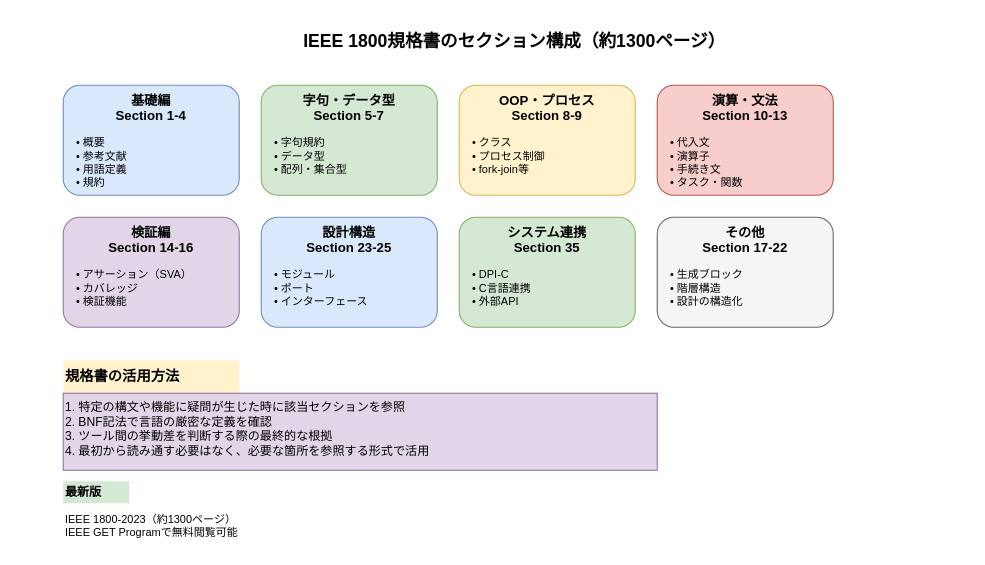
aquaxis/webdoc keeps this draw.io diagram as images/systemverilog-guidebook/ch02_ieee1800_structure.drawio. Above is the earlier version. Source tidied: cells renumbered, new cells numbered last; positions are measured from the earlier drawing's top-left corner, leaving out a move shared by most shapes. Both pictures are drawn from the tidied source at 110%, with x=0, y=0 at pixel (63, 19).
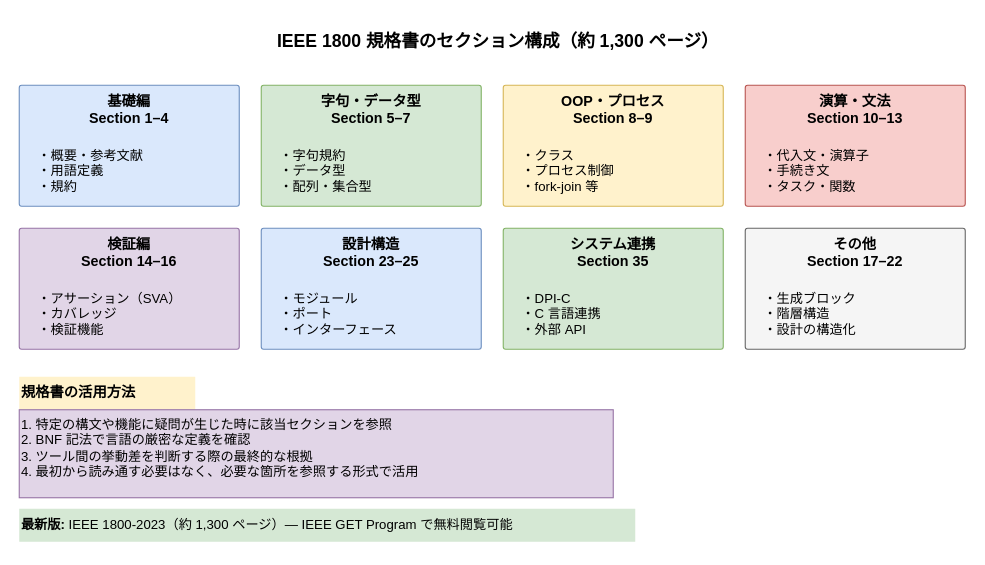
After the change.

Change to the diagram source:
```diff
@@
-    <mxCell id="2" value="&lt;b&gt;IEEE 1800規格書のセクション構成（約1300ページ）&lt;/b&gt;" style="text;html=1;align=center;verticalAlign=middle;strokeColor=none;fillColor=none;fontSize=16;" parent="1" vertex="1">
-      <mxGeometry x="200" width="420" height="40" as="geometry" />
+    <mxCell id="2" value="&lt;b&gt;IEEE 1800 規格書のセクション構成（約 1,300 ページ）&lt;/b&gt;" style="text;html=1;align=center;verticalAlign=middle;strokeColor=none;fillColor=none;fontSize=16;" parent="1" vertex="1">
+      <mxGeometry x="170" width="450" height="40" as="geometry" />
     </mxCell>
-    <mxCell id="3" value="&lt;b&gt;基礎編&lt;br&gt;Section 1-4&lt;/b&gt;" style="rounded=1;whiteSpace=wrap;html=1;fillColor=#dae8fc;strokeColor=#6c8ebf;fontSize=12;verticalAlign=top;" parent="1" vertex="1">
-      <mxGeometry y="60" width="160" height="100" as="geometry" />
+    <mxCell id="3" value="&lt;b&gt;基礎編&lt;br&gt;Section 1–4&lt;/b&gt;" style="rounded=1;arcSize=2;whiteSpace=wrap;html=1;fillColor=#dae8fc;strokeColor=#6c8ebf;fontSize=13;verticalAlign=top;" parent="1" vertex="1">
+      <mxGeometry x="-40" y="60" width="200" height="110" as="geometry" />
     </mxCell>
-    <mxCell id="4" value="• 概要&lt;br&gt;• 参考文献&lt;br&gt;• 用語定義&lt;br&gt;• 規約" style="text;html=1;align=left;verticalAlign=top;strokeColor=none;fillColor=none;fontSize=10;" parent="1" vertex="1">
-      <mxGeometry x="10" y="100" width="120" height="60" as="geometry" />
+    <mxCell id="4" value="・概要・参考文献&lt;br&gt;・用語定義&lt;br&gt;・規約" style="text;html=1;align=left;verticalAlign=top;strokeColor=none;fillColor=none;fontSize=12;" parent="1" vertex="1">
+      <mxGeometry x="-25" y="110" width="140" height="55" as="geometry" />
     </mxCell>
-    <mxCell id="5" value="&lt;b&gt;字句・データ型&lt;br&gt;Section 5-7&lt;/b&gt;" style="rounded=1;whiteSpace=wrap;html=1;fillColor=#d5e8d4;strokeColor=#82b366;fontSize=12;verticalAlign=top;" parent="1" vertex="1">
-      <mxGeometry x="180" y="60" width="160" height="100" as="geometry" />
+    <mxCell id="5" value="&lt;b&gt;字句・データ型&lt;br&gt;Section 5–7&lt;/b&gt;" style="rounded=1;arcSize=2;whiteSpace=wrap;html=1;fillColor=#d5e8d4;strokeColor=#82b366;fontSize=13;verticalAlign=top;" parent="1" vertex="1">
+      <mxGeometry x="180" y="60" width="200" height="110" as="geometry" />
     </mxCell>
-    <mxCell id="6" value="• 字句規約&lt;br&gt;• データ型&lt;br&gt;• 配列・集合型" style="text;html=1;align=left;verticalAlign=top;strokeColor=none;fillColor=none;fontSize=10;" parent="1" vertex="1">
-      <mxGeometry x="190" y="100" width="120" height="60" as="geometry" />
+    <mxCell id="6" value="・字句規約&lt;br&gt;・データ型&lt;br&gt;・配列・集合型" style="text;html=1;align=left;verticalAlign=top;strokeColor=none;fillColor=none;fontSize=12;" parent="1" vertex="1">
+      <mxGeometry x="195" y="110" width="140" height="55" as="geometry" />
     </mxCell>
-    <mxCell id="7" value="&lt;b&gt;OOP・プロセス&lt;br&gt;Section 8-9&lt;/b&gt;" style="rounded=1;whiteSpace=wrap;html=1;fillColor=#fff2cc;strokeColor=#d6b656;fontSize=12;verticalAlign=top;" parent="1" vertex="1">
-      <mxGeometry x="360" y="60" width="160" height="100" as="geometry" />
+    <mxCell id="7" value="&lt;b&gt;OOP・プロセス&lt;br&gt;Section 8–9&lt;/b&gt;" style="rounded=1;arcSize=2;whiteSpace=wrap;html=1;fillColor=#fff2cc;strokeColor=#d6b656;fontSize=13;verticalAlign=top;" parent="1" vertex="1">
+      <mxGeometry x="400" y="60" width="200" height="110" as="geometry" />
     </mxCell>
-    <mxCell id="8" value="• クラス&lt;br&gt;• プロセス制御&lt;br&gt;• fork-join等" style="text;html=1;align=left;verticalAlign=top;strokeColor=none;fillColor=none;fontSize=10;" parent="1" vertex="1">
-      <mxGeometry x="370" y="100" width="120" height="60" as="geometry" />
+    <mxCell id="8" value="・クラス&lt;br&gt;・プロセス制御&lt;br&gt;・fork-join 等" style="text;html=1;align=left;verticalAlign=top;strokeColor=none;fillColor=none;fontSize=12;" parent="1" vertex="1">
+      <mxGeometry x="415" y="110" width="140" height="55" as="geometry" />
     </mxCell>
-    <mxCell id="9" value="&lt;b&gt;演算・文法&lt;br&gt;Section 10-13&lt;/b&gt;" style="rounded=1;whiteSpace=wrap;html=1;fillColor=#f8cecc;strokeColor=#b85450;fontSize=12;verticalAlign=top;" parent="1" vertex="1">
-      <mxGeometry x="540" y="60" width="160" height="100" as="geometry" />
+    <mxCell id="9" value="&lt;b&gt;演算・文法&lt;br&gt;Section 10–13&lt;/b&gt;" style="rounded=1;arcSize=2;whiteSpace=wrap;html=1;fillColor=#f8cecc;strokeColor=#b85450;fontSize=13;verticalAlign=top;" parent="1" vertex="1">
+      <mxGeometry x="620" y="60" width="200" height="110" as="geometry" />
     </mxCell>
-    <mxCell id="10" value="• 代入文&lt;br&gt;• 演算子&lt;br&gt;• 手続き文&lt;br&gt;• タスク・関数" style="text;html=1;align=left;verticalAlign=top;strokeColor=none;fillColor=none;fontSize=10;" parent="1" vertex="1">
-      <mxGeometry x="550" y="100" width="120" height="60" as="geometry" />
+    <mxCell id="10" value="・代入文・演算子&lt;br&gt;・手続き文&lt;br&gt;・タスク・関数" style="text;html=1;align=left;verticalAlign=top;strokeColor=none;fillColor=none;fontSize=12;" parent="1" vertex="1">
+      <mxGeometry x="635" y="110" width="150" height="55" as="geometry" />
     </mxCell>
-    <mxCell id="11" value="&lt;b&gt;検証編&lt;br&gt;Section 14-16&lt;/b&gt;" style="rounded=1;whiteSpace=wrap;html=1;fillColor=#e1d5e7;strokeColor=#9673a6;fontSize=12;verticalAlign=top;" parent="1" vertex="1">
-      <mxGeometry y="180" width="160" height="100" as="geometry" />
+    <mxCell id="11" value="&lt;b&gt;検証編&lt;br&gt;Section 14–16&lt;/b&gt;" style="rounded=1;arcSize=2;whiteSpace=wrap;html=1;fillColor=#e1d5e7;strokeColor=#9673a6;fontSize=13;verticalAlign=top;" parent="1" vertex="1">
+      <mxGeometry x="-40" y="190" width="200" height="110" as="geometry" />
     </mxCell>
-    <mxCell id="12" value="• アサーション（SVA）&lt;br&gt;• カバレッジ&lt;br&gt;• 検証機能" style="text;html=1;align=left;verticalAlign=top;strokeColor=none;fillColor=none;fontSize=10;" parent="1" vertex="1">
-      <mxGeometry x="10" y="220" width="140" height="60" as="geometry" />
+    <mxCell id="12" value="・アサーション（SVA）&lt;br&gt;・カバレッジ&lt;br&gt;・検証機能" style="text;html=1;align=left;verticalAlign=top;strokeColor=none;fillColor=none;fontSize=12;" parent="1" vertex="1">
+      <mxGeometry x="-25" y="240" width="170" height="55" as="geometry" />
     </mxCell>
-    <mxCell id="13" value="&lt;b&gt;設計構造&lt;br&gt;Section 23-25&lt;/b&gt;" style="rounded=1;whiteSpace=wrap;html=1;fillColor=#dae8fc;strokeColor=#6c8ebf;fontSize=12;verticalAlign=top;" parent="1" vertex="1">
-      <mxGeometry x="180" y="180" width="160" height="100" as="geometry" />
+    <mxCell id="13" value="&lt;b&gt;設計構造&lt;br&gt;Section 23–25&lt;/b&gt;" style="rounded=1;arcSize=2;whiteSpace=wrap;html=1;fillColor=#dae8fc;strokeColor=#6c8ebf;fontSize=13;verticalAlign=top;" parent="1" vertex="1">
+      <mxGeometry x="180" y="190" width="200" height="110" as="geometry" />
     </mxCell>
-    <mxCell id="14" value="• モジュール&lt;br&gt;• ポート&lt;br&gt;• インターフェース" style="text;html=1;align=left;verticalAlign=top;strokeColor=none;fillColor=none;fontSize=10;" parent="1" vertex="1">
-      <mxGeometry x="190" y="220" width="130" height="60" as="geometry" />
+    <mxCell id="14" value="・モジュール&lt;br&gt;・ポート&lt;br&gt;・インターフェース" style="text;html=1;align=left;verticalAlign=top;strokeColor=none;fillColor=none;fontSize=12;" parent="1" vertex="1">
+      <mxGeometry x="195" y="240" width="160" height="55" as="geometry" />
     </mxCell>
-    <mxCell id="15" value="&lt;b&gt;システム連携&lt;br&gt;Section 35&lt;/b&gt;" style="rounded=1;whiteSpace=wrap;html=1;fillColor=#d5e8d4;strokeColor=#82b366;fontSize=12;verticalAlign=top;" parent="1" vertex="1">
-      <mxGeometry x="360" y="180" width="160" height="100" as="geometry" />
+    <mxCell id="15" value="&lt;b&gt;システム連携&lt;br&gt;Section 35&lt;/b&gt;" style="rounded=1;arcSize=2;whiteSpace=wrap;html=1;fillColor=#d5e8d4;strokeColor=#82b366;fontSize=13;verticalAlign=top;" parent="1" vertex="1">
+      <mxGeometry x="400" y="190" width="200" height="110" as="geometry" />
     </mxCell>
-    <mxCell id="16" value="• DPI-C&lt;br&gt;• C言語連携&lt;br&gt;• 外部API" style="text;html=1;align=left;verticalAlign=top;strokeColor=none;fillColor=none;fontSize=10;" parent="1" vertex="1">
-      <mxGeometry x="370" y="220" width="120" height="60" as="geometry" />
+    <mxCell id="16" value="・DPI-C&lt;br&gt;・C 言語連携&lt;br&gt;・外部 API" style="text;html=1;align=left;verticalAlign=top;strokeColor=none;fillColor=none;fontSize=12;" parent="1" vertex="1">
+      <mxGeometry x="415" y="240" width="140" height="55" as="geometry" />
     </mxCell>
-    <mxCell id="17" value="&lt;b&gt;その他&lt;br&gt;Section 17-22&lt;/b&gt;" style="rounded=1;whiteSpace=wrap;html=1;fillColor=#f5f5f5;strokeColor=#666666;fontSize=12;verticalAlign=top;" parent="1" vertex="1">
-      <mxGeometry x="540" y="180" width="160" height="100" as="geometry" />
+    <mxCell id="17" value="&lt;b&gt;その他&lt;br&gt;Section 17–22&lt;/b&gt;" style="rounded=1;arcSize=2;whiteSpace=wrap;html=1;fillColor=#f5f5f5;strokeColor=#666666;fontSize=13;verticalAlign=top;" parent="1" vertex="1">
+      <mxGeometry x="620" y="190" width="200" height="110" as="geometry" />
     </mxCell>
-    <mxCell id="18" value="• 生成ブロック&lt;br&gt;• 階層構造&lt;br&gt;• 設計の構造化" style="text;html=1;align=left;verticalAlign=top;strokeColor=none;fillColor=none;fontSize=10;" parent="1" vertex="1">
-      <mxGeometry x="550" y="220" width="130" height="60" as="geometry" />
+    <mxCell id="18" value="・生成ブロック&lt;br&gt;・階層構造&lt;br&gt;・設計の構造化" style="text;html=1;align=left;verticalAlign=top;strokeColor=none;fillColor=none;fontSize=12;" parent="1" vertex="1">
+      <mxGeometry x="635" y="240" width="150" height="55" as="geometry" />
     </mxCell>
     <mxCell id="19" value="&lt;b&gt;規格書の活用方法&lt;/b&gt;" style="text;html=1;align=left;verticalAlign=top;strokeColor=none;fillColor=#fff2cc;fontSize=13;fontStyle=1;" parent="1" vertex="1">
-      <mxGeometry y="310" width="160" height="30" as="geometry" />
+      <mxGeometry x="-40" y="325" width="160" height="30" as="geometry" />
     </mxCell>
-    <mxCell id="20" value="1. 特定の構文や機能に疑問が生じた時に該当セクションを参照&lt;br&gt;2. BNF記法で言語の厳密な定義を確認&lt;br&gt;3. ツール間の挙動差を判断する際の最終的な根拠&lt;br&gt;4. 最初から読み通す必要はなく、必要な箇所を参照する形式で活用" style="text;html=1;align=left;verticalAlign=top;strokeColor=#9673a6;fillColor=#e1d5e7;fontSize=11;" parent="1" vertex="1">
-      <mxGeometry y="340" width="540" height="70" as="geometry" />
+    <mxCell id="20" value="1. 特定の構文や機能に疑問が生じた時に該当セクションを参照&lt;br&gt;2. BNF 記法で言語の厳密な定義を確認&lt;br&gt;3. ツール間の挙動差を判断する際の最終的な根拠&lt;br&gt;4. 最初から読み通す必要はなく、必要な箇所を参照する形式で活用" style="text;html=1;align=left;verticalAlign=top;strokeColor=#9673a6;fillColor=#e1d5e7;fontSize=12;" parent="1" vertex="1">
+      <mxGeometry x="-40" y="355" width="540" height="80" as="geometry" />
     </mxCell>
-    <mxCell id="21" value="&lt;b&gt;最新版&lt;/b&gt;" style="text;html=1;align=left;verticalAlign=middle;strokeColor=none;fillColor=#d5e8d4;fontSize=11;fontStyle=1;" parent="1" vertex="1">
-      <mxGeometry y="420" width="60" height="20" as="geometry" />
+    <mxCell id="21" value="&lt;b&gt;最新版:&lt;/b&gt; IEEE 1800-2023（約 1,300 ページ）— IEEE GET Program で無料閲覧可能" style="text;html=1;align=left;verticalAlign=middle;strokeColor=none;fillColor=#d5e8d4;fontSize=12;" parent="1" vertex="1">
+      <mxGeometry x="-40" y="445" width="560" height="30" as="geometry" />
     </mxCell>
-    <mxCell id="22" value="IEEE 1800-2023（約1300ページ）&lt;br&gt;IEEE GET Programで無料閲覧可能" style="text;html=1;align=left;verticalAlign=middle;strokeColor=none;fillColor=none;fontSize=10;" parent="1" vertex="1">
-      <mxGeometry y="440" width="220" height="40" as="geometry" />
-    </mxCell>
```
